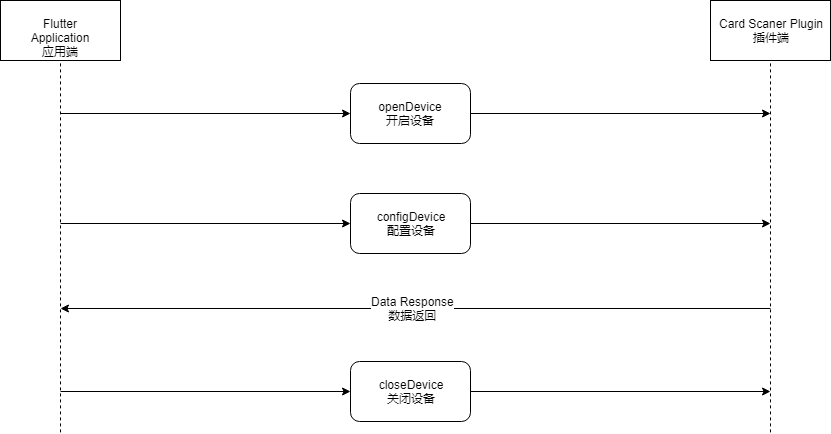
ChenWes/card_scaner keeps this draw.io diagram as card_scaner.png. Above is the earlier version. Source tidied: cells renumbered, new cells last; positions are measured from the earlier drawing's top-left corner, leaving out a move shared by most shapes.
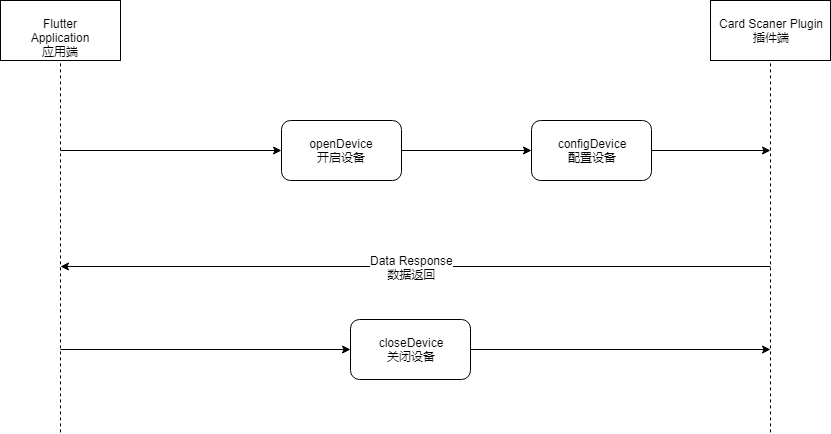
After the commit.

Commit message:
重复获取权限逻辑更改说明

* 重复获取权限逻辑更改说明

What changed in the source:
```diff
@@ -20,53 +20,46 @@
     <mxCell id="5" value="Card Scaner Plugin&lt;br&gt;插件端" style="rounded=0;whiteSpace=wrap;html=1;" parent="1" vertex="1">
       <mxGeometry x="710" width="120" height="60" as="geometry" />
     </mxCell>
-    <mxCell id="6" style="endArrow=classic;html=1;" parent="1" edge="1" source="7">
+    <mxCell id="6" style="endArrow=classic;html=1;" parent="1" edge="1" source="14">
       <mxGeometry relative="1" as="geometry">
-        <mxPoint x="770" y="113" as="targetPoint" />
+        <mxPoint x="770" y="150" as="targetPoint" />
       </mxGeometry>
     </mxCell>
     <mxCell id="7" value="openDevice&lt;br&gt;开启设备" style="rounded=1;whiteSpace=wrap;html=1;" parent="1" vertex="1">
-      <mxGeometry x="350" y="83" width="120" height="60" as="geometry" />
+      <mxGeometry x="281" y="120" width="120" height="60" as="geometry" />
     </mxCell>
     <mxCell id="8" style="endArrow=classic;html=1;" parent="1" edge="1" target="7">
       <mxGeometry relative="1" as="geometry">
-        <mxPoint x="60" y="113" as="sourcePoint" />
+        <mxPoint x="60" y="150" as="sourcePoint" />
       </mxGeometry>
     </mxCell>
     <mxCell id="9" style="endArrow=classic;html=1;" parent="1" edge="1" source="10">
       <mxGeometry relative="1" as="geometry">
-        <mxPoint x="770" y="223" as="targetPoint" />
+        <mxPoint x="770" y="349" as="targetPoint" />
       </mxGeometry>
     </mxCell>
-    <mxCell id="10" value="configDevice&lt;br&gt;配置设备" style="rounded=1;whiteSpace=wrap;html=1;" parent="1" vertex="1">
-      <mxGeometry x="350" y="193" width="120" height="60" as="geometry" />
+    <mxCell id="10" value="closeDevice&lt;br&gt;关闭设备" style="rounded=1;whiteSpace=wrap;html=1;" parent="1" vertex="1">
+      <mxGeometry x="350" y="319" width="120" height="60" as="geometry" />
     </mxCell>
     <mxCell id="11" style="endArrow=classic;html=1;" parent="1" edge="1" target="10">
       <mxGeometry relative="1" as="geometry">
-        <mxPoint x="60" y="223" as="sourcePoint" />
+        <mxPoint x="60" y="349" as="sourcePoint" />
       </mxGeometry>
     </mxCell>
-    <mxCell id="12" style="endArrow=classic;html=1;" parent="1" edge="1" source="13">
+    <mxCell id="12" style="endArrow=classic;html=1;" parent="1" edge="1">
       <mxGeometry relative="1" as="geometry">
-        <mxPoint x="770" y="391" as="targetPoint" />
+        <mxPoint x="770" y="266" as="sourcePoint" />
+        <mxPoint x="60" y="266" as="targetPoint" />
       </mxGeometry>
     </mxCell>
-    <mxCell id="13" value="closeDevice&lt;br&gt;关闭设备" style="rounded=1;whiteSpace=wrap;html=1;" parent="1" vertex="1">
-      <mxGeometry x="350" y="361" width="120" height="60" as="geometry" />
+    <mxCell id="13" value="Data Response&lt;br&gt;数据返回" style="text;html=1;points=[];align=center;verticalAlign=middle;labelBackgroundColor=#ffffff;" parent="12" vertex="1">
+      <mxGeometry x="0.01" relative="1" as="geometry" />
     </mxCell>
-    <mxCell id="14" style="endArrow=classic;html=1;" parent="1" edge="1" target="13">
-      <mxGeometry relative="1" as="geometry">
-        <mxPoint x="60" y="391" as="sourcePoint" />
-      </mxGeometry>
+    <mxCell id="14" value="configDevice&lt;br&gt;配置设备" style="rounded=1;whiteSpace=wrap;html=1;" parent="1" vertex="1">
+      <mxGeometry x="531" y="120" width="120" height="60" as="geometry" />
     </mxCell>
-    <mxCell id="15" style="endArrow=classic;html=1;" parent="1" edge="1">
-      <mxGeometry relative="1" as="geometry">
-        <mxPoint x="770" y="308" as="sourcePoint" />
-        <mxPoint x="60" y="308" as="targetPoint" />
-      </mxGeometry>
+    <mxCell id="15" style="endArrow=classic;html=1;" parent="1" edge="1" source="7" target="14">
+      <mxGeometry relative="1" as="geometry" />
     </mxCell>
-    <mxCell id="16" value="Data Response&lt;br&gt;数据返回" style="text;html=1;align=center;verticalAlign=middle;labelBackgroundColor=#ffffff;" parent="15" vertex="1">
-      <mxGeometry x="0.01" relative="1" as="geometry" />
-    </mxCell>
   </root>
 </mxGraphModel>
```
